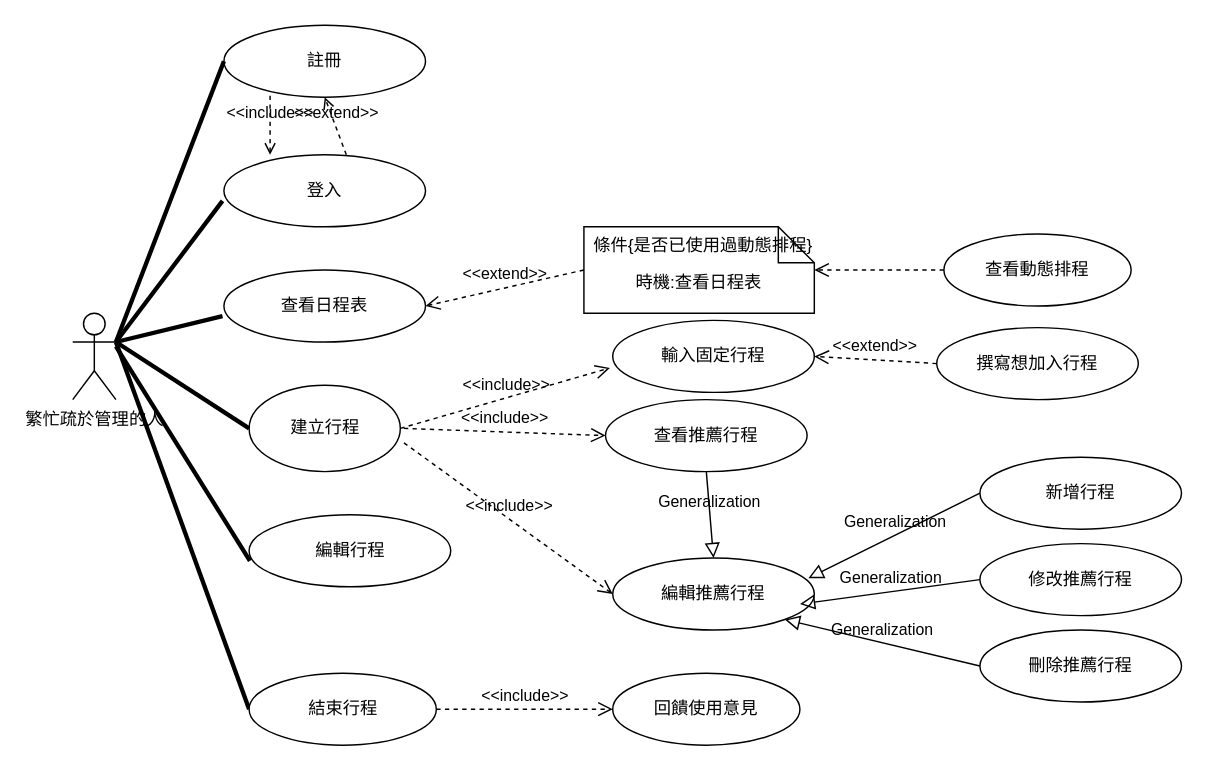
Earlier version of the draw.io diagram 使用個案圖.drawio (Kevincheng0804/Graduation-Topic). Source tidied: cells renumbered, new cells numbered last; positions are measured from the earlier drawing's top-left corner, leaving out a move shared by most shapes. Both pictures are drawn from the tidied source at 144%, with x=0, y=0 at pixel (72, 24).
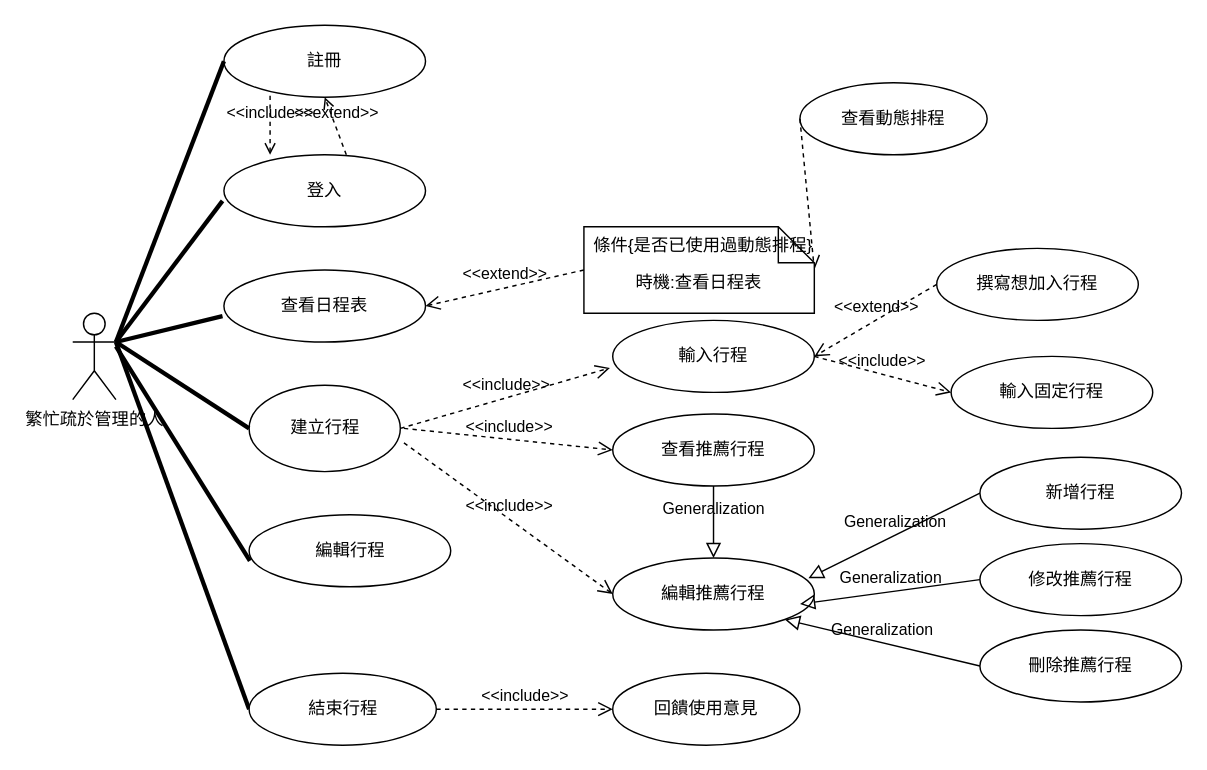
Above is the later version.

Commit message:
刪除"固定"並做分支

Diff of the diagram source:
```diff
@@
     <mxCell id="8" value="撰寫想加入行程" style="ellipse;html=1;whiteSpace=wrap;" parent="1" vertex="1">
-      <mxGeometry x="600" y="210" width="140" height="50" as="geometry" />
+      <mxGeometry x="600" y="155" width="140" height="50" as="geometry" />
     </mxCell>
-    <mxCell id="9" value="輸入固定行程" style="ellipse;html=1;whiteSpace=wrap;" parent="1" vertex="1">
+    <mxCell id="9" value="輸入行程" style="ellipse;html=1;whiteSpace=wrap;" parent="1" vertex="1">
       <mxGeometry x="375" y="205" width="140" height="50" as="geometry" />
     </mxCell>
@@
     <mxCell id="11" value="查看動態排程" style="ellipse;html=1;whiteSpace=wrap;" parent="1" vertex="1">
-      <mxGeometry x="605" y="145" width="130" height="50" as="geometry" />
+      <mxGeometry x="505" y="40" width="130" height="50" as="geometry" />
     </mxCell>
@@
     <mxCell id="19" value="查看推薦行程" style="ellipse;html=1;whiteSpace=wrap;" parent="1" vertex="1">
-      <mxGeometry x="370" y="260" width="140" height="50" as="geometry" />
+      <mxGeometry x="375" y="270" width="140" height="50" as="geometry" />
     </mxCell>
@@
+    <mxCell id="43" value="&amp;lt;&amp;lt;include&amp;gt;&amp;gt;" style="endArrow=open;startArrow=none;endFill=0;startFill=0;endSize=8;html=1;verticalAlign=bottom;dashed=1;labelBackgroundColor=none;rounded=0;exitX=1;exitY=0.5;exitDx=0;exitDy=0;entryX=0;entryY=0.5;entryDx=0;entryDy=0;" parent="1" edge="1" source="9" target="44">
+      <mxGeometry relative="1" as="geometry" />
+    </mxCell>
+    <mxCell id="44" value="輸入固定行程" style="ellipse;html=1;whiteSpace=wrap;" parent="1" vertex="1">
+      <mxGeometry x="610" y="230" width="140" height="50" as="geometry" />
+    </mxCell>
```
